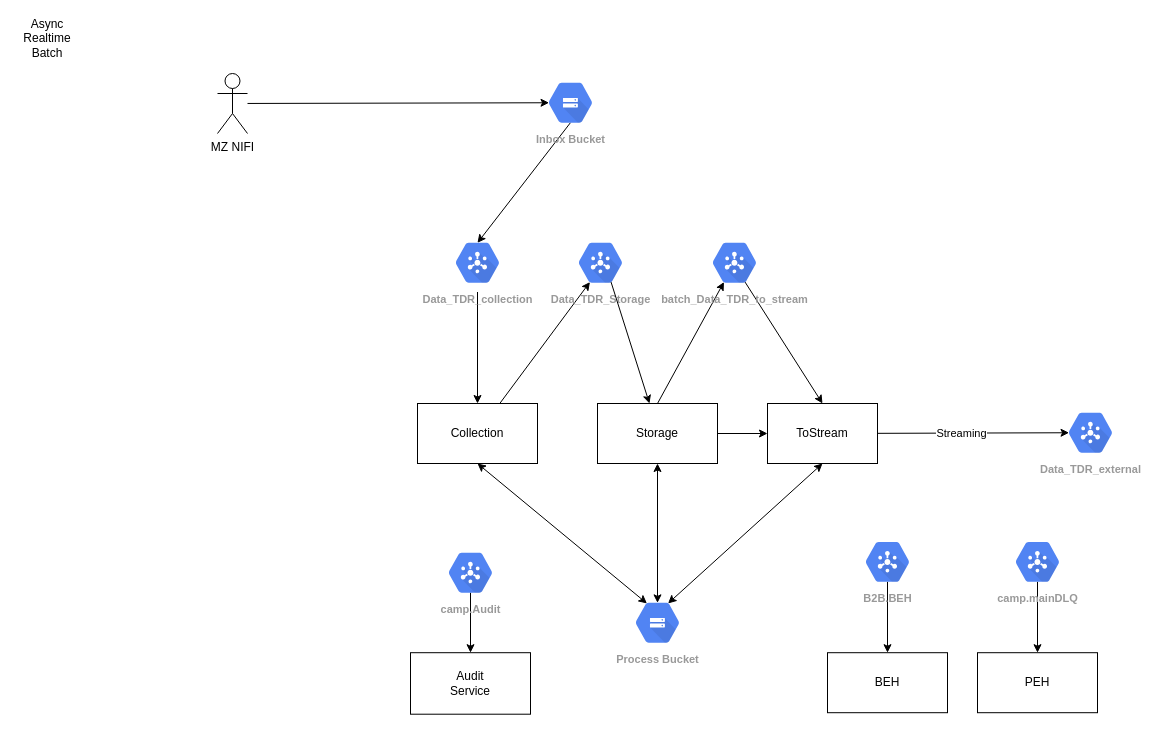
macsymwang/mediation-doc keeps this draw.io diagram as mindmap/b2bflow.drawio. Above is the earlier version. Source tidied: cells renumbered, new cells numbered last; positions are measured from the earlier drawing's top-left corner, leaving out a move shared by most shapes. Both pictures are drawn from the tidied source at 100%, with x=0, y=0 at pixel (17, 23).
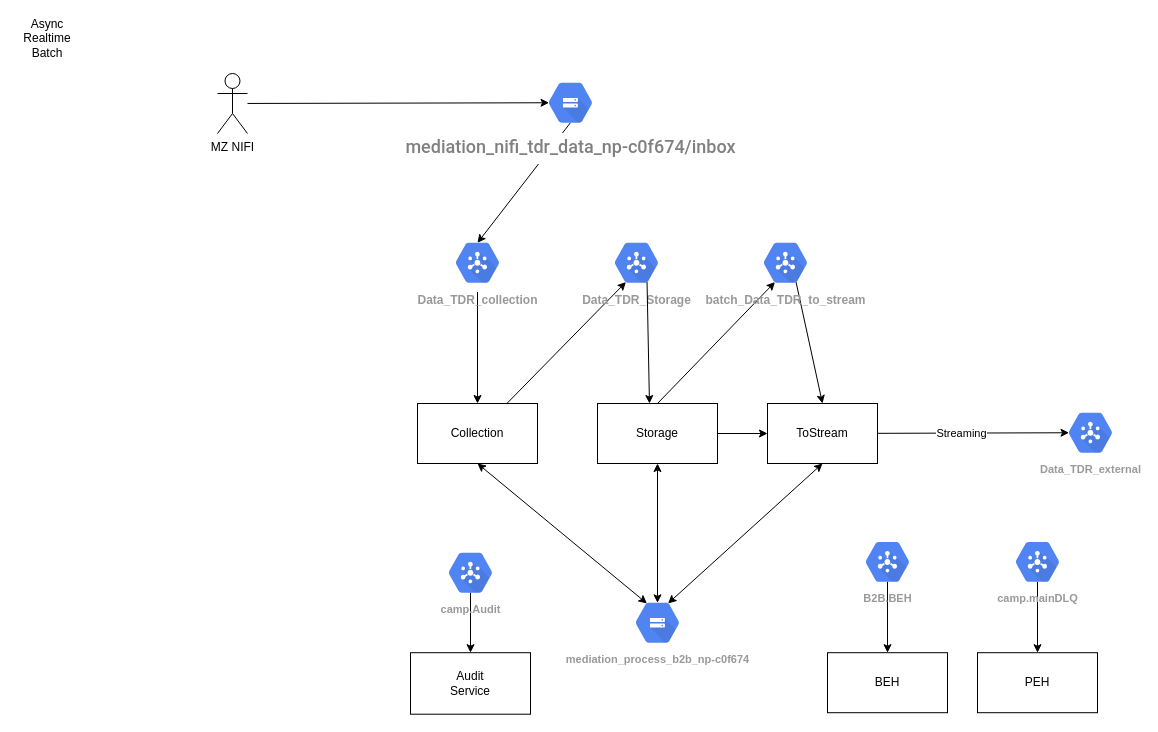
After the change.

The edit, as a diff of the source:
```diff
@@
-    <mxCell id="14" value="Inbox Bucket" style="sketch=0;html=1;fillColor=#5184F3;strokeColor=none;verticalAlign=top;labelPosition=center;verticalLabelPosition=bottom;align=center;spacingTop=-6;fontSize=11;fontStyle=1;fontColor=#999999;shape=mxgraph.gcp2.hexIcon;prIcon=cloud_storage;" parent="1" vertex="1">
+    <mxCell id="14" value="&lt;h2 style=&quot;box-sizing: border-box; border: 0px; margin-right: 0px; margin-bottom: 8px; margin-left: 0px; outline: 0px; padding: 0px; vertical-align: baseline; text-rendering: auto; overflow-wrap: break-word; position: relative; line-height: 28px; max-width: 512px; bottom: auto; word-break: break-word; text-align: start; background-color: rgb(255, 255, 255); margin-top: 0px !important;&quot; class=&quot;cfc-space-first ng-star-inserted&quot;&gt;&lt;font size=&quot;1&quot; color=&quot;#808080&quot; face=&quot;Roboto&quot;&gt;&lt;span style=&quot;font-weight: 500; font-size: 18px;&quot;&gt;mediation_nifi_tdr_data_np-c0f674/inbox&lt;/span&gt;&lt;/font&gt;&lt;/h2&gt;" style="sketch=0;html=1;fillColor=#5184F3;strokeColor=none;verticalAlign=top;labelPosition=center;verticalLabelPosition=bottom;align=center;spacingTop=-6;fontSize=11;fontStyle=1;fontColor=#999999;shape=mxgraph.gcp2.hexIcon;prIcon=cloud_storage;" parent="1" vertex="1">
       <mxGeometry x="520" y="50" width="66" height="58.5" as="geometry" />
     </mxCell>
-    <mxCell id="15" value="Process Bucket" style="sketch=0;html=1;fillColor=#5184F3;strokeColor=none;verticalAlign=top;labelPosition=center;verticalLabelPosition=bottom;align=center;spacingTop=-6;fontSize=11;fontStyle=1;fontColor=#999999;shape=mxgraph.gcp2.hexIcon;prIcon=cloud_storage;" parent="1" vertex="1">
+    <mxCell id="15" value="mediation_process_b2b_np-c0f674" style="sketch=0;html=1;fillColor=#5184F3;strokeColor=none;verticalAlign=top;labelPosition=center;verticalLabelPosition=bottom;align=center;spacingTop=-6;fontSize=11;fontStyle=1;fontColor=#999999;shape=mxgraph.gcp2.hexIcon;prIcon=cloud_storage;" parent="1" vertex="1">
       <mxGeometry x="607" y="570" width="66" height="58.5" as="geometry" />
     </mxCell>
@@
-    <mxCell id="19" value="Data_TDR_collection" style="sketch=0;html=1;fillColor=#5184F3;strokeColor=none;verticalAlign=top;labelPosition=center;verticalLabelPosition=bottom;align=center;spacingTop=-6;fontSize=11;fontStyle=1;fontColor=#999999;shape=mxgraph.gcp2.hexIcon;prIcon=cloud_pubsub;" parent="1" vertex="1">
+    <mxCell id="19" value="&lt;font style=&quot;font-size: 12px;&quot;&gt;Data_TDR_collection&lt;/font&gt;" style="sketch=0;html=1;fillColor=#5184F3;strokeColor=none;verticalAlign=top;labelPosition=center;verticalLabelPosition=bottom;align=center;spacingTop=-6;fontSize=11;fontStyle=1;fontColor=#999999;shape=mxgraph.gcp2.hexIcon;prIcon=cloud_pubsub;" parent="1" vertex="1">
       <mxGeometry x="427" y="210" width="66" height="58.5" as="geometry" />
     </mxCell>
-    <mxCell id="20" value="Data_TDR_Storage" style="sketch=0;html=1;fillColor=#5184F3;strokeColor=none;verticalAlign=top;labelPosition=center;verticalLabelPosition=bottom;align=center;spacingTop=-6;fontSize=11;fontStyle=1;fontColor=#999999;shape=mxgraph.gcp2.hexIcon;prIcon=cloud_pubsub;" parent="1" vertex="1">
-      <mxGeometry x="550" y="210" width="66" height="58.5" as="geometry" />
+    <mxCell id="20" value="&lt;font style=&quot;font-size: 12px;&quot;&gt;Data_TDR_Storage&lt;/font&gt;" style="sketch=0;html=1;fillColor=#5184F3;strokeColor=none;verticalAlign=top;labelPosition=center;verticalLabelPosition=bottom;align=center;spacingTop=-6;fontSize=11;fontStyle=1;fontColor=#999999;shape=mxgraph.gcp2.hexIcon;prIcon=cloud_pubsub;" parent="1" vertex="1">
+      <mxGeometry x="586" y="210" width="66" height="58.5" as="geometry" />
     </mxCell>
@@
-    <mxCell id="23" value="batch_Data_TDR_to_stream" style="sketch=0;html=1;fillColor=#5184F3;strokeColor=none;verticalAlign=top;labelPosition=center;verticalLabelPosition=bottom;align=center;spacingTop=-6;fontSize=11;fontStyle=1;fontColor=#999999;shape=mxgraph.gcp2.hexIcon;prIcon=cloud_pubsub;" parent="1" vertex="1">
-      <mxGeometry x="684" y="210" width="66" height="58.5" as="geometry" />
+    <mxCell id="23" value="&lt;font style=&quot;font-size: 12px;&quot;&gt;batch_Data_TDR_to_stream&lt;/font&gt;" style="sketch=0;html=1;fillColor=#5184F3;strokeColor=none;verticalAlign=top;labelPosition=center;verticalLabelPosition=bottom;align=center;spacingTop=-6;fontSize=11;fontStyle=1;fontColor=#999999;shape=mxgraph.gcp2.hexIcon;prIcon=cloud_pubsub;" parent="1" vertex="1">
+      <mxGeometry x="735" y="210" width="66" height="58.5" as="geometry" />
     </mxCell>
```
